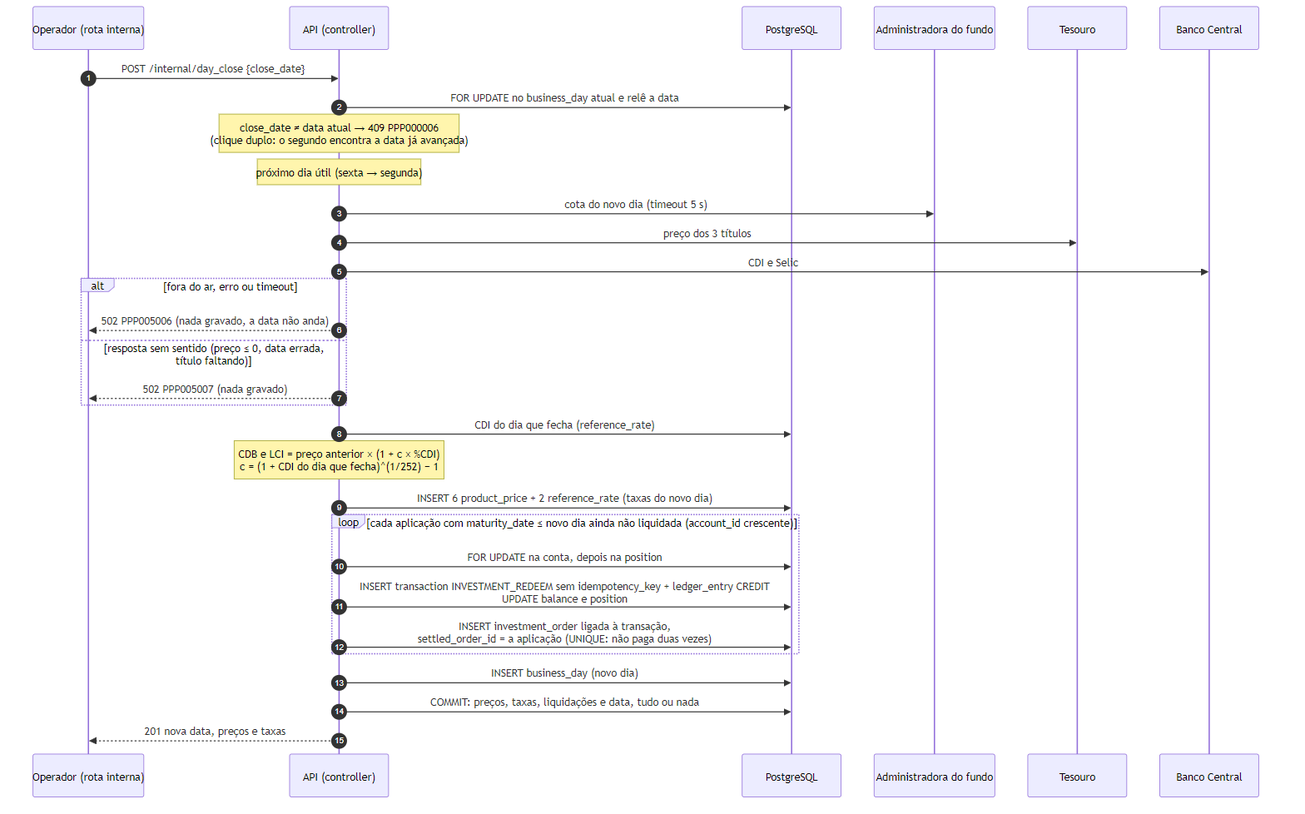
The Mermaid diagram docs/diagramas/fechamento-do-dia.png in heluylucas/bootcamp-qi-tech-presidas-, before a commit. Its source is kept beside it as docs/diagramas/fechamento-do-dia.mmd.
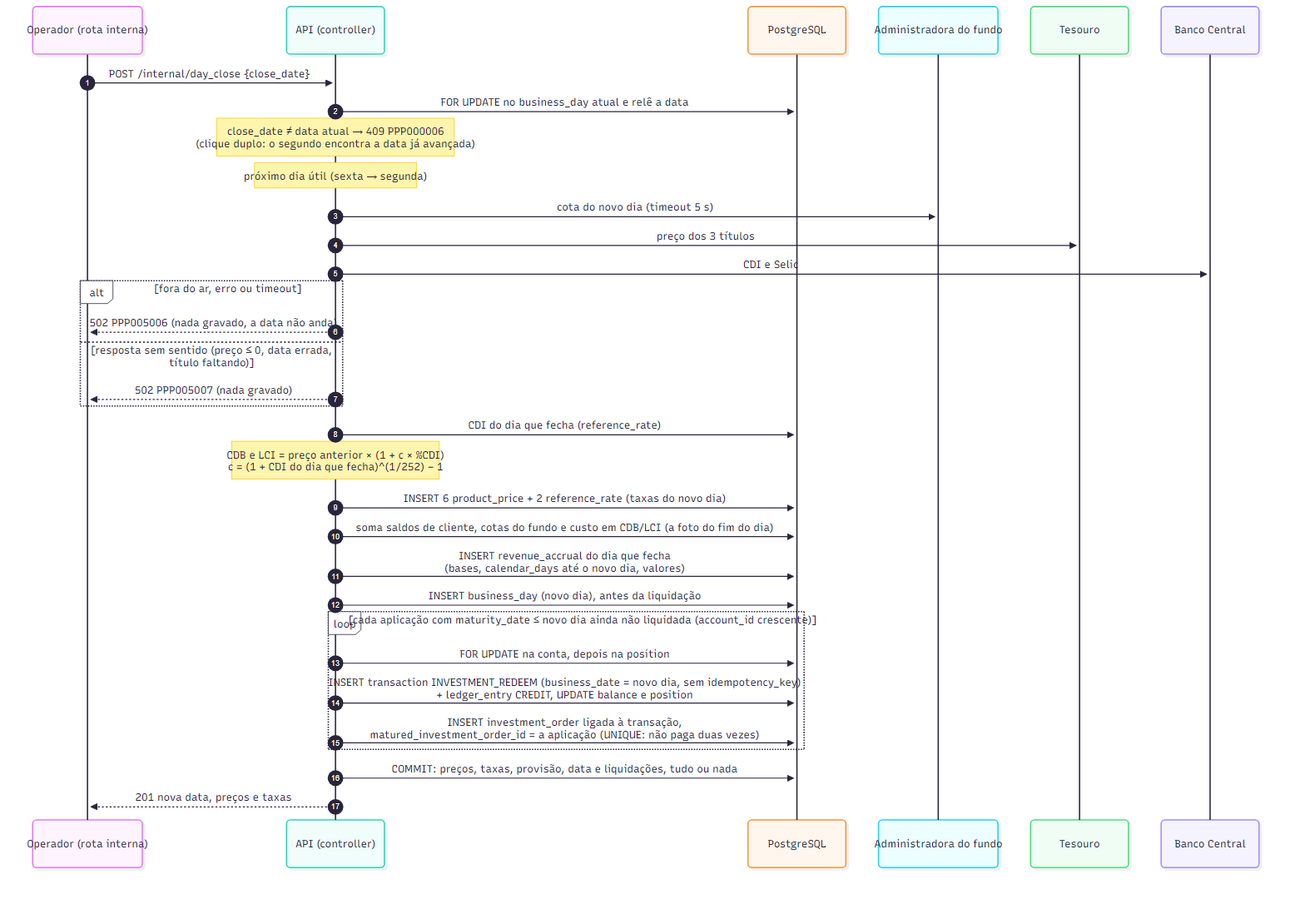
The same file after the commit.

Commit message:
:hammer: update: rfc-revenue-accrual-&-business-date

What changed in the source:
```diff
@@ -22,11 +22,13 @@
     API->>DB: CDI do dia que fecha (reference_rate)
     Note over API: CDB e LCI = preço anterior × (1 + c × %CDI)<br/>c = (1 + CDI do dia que fecha)^(1/252) − 1
     API->>DB: INSERT 6 product_price + 2 reference_rate (taxas do novo dia)
+    API->>DB: soma saldos de cliente, cotas do fundo e custo em CDB/LCI (a foto do fim do dia)
+    API->>DB: INSERT revenue_accrual do dia que fecha<br/>(bases, calendar_days até o novo dia, valores)
+    API->>DB: INSERT business_day (novo dia), antes da liquidação
     loop cada aplicação com maturity_date ≤ novo dia ainda não liquidada (account_id crescente)
         API->>DB: FOR UPDATE na conta, depois na position
-        API->>DB: INSERT transaction INVESTMENT_REDEEM sem idempotency_key + ledger_entry CREDIT<br/>UPDATE balance e position
-        API->>DB: INSERT investment_order ligada à transação,<br/>settled_order_id = a aplicação (UNIQUE: não paga duas vezes)
+        API->>DB: INSERT transaction INVESTMENT_REDEEM (business_date = novo dia, sem idempotency_key)<br/>+ ledger_entry CREDIT, UPDATE balance e position
+        API->>DB: INSERT investment_order ligada à transação,<br/>matured_investment_order_id = a aplicação (UNIQUE: não paga duas vezes)
     end
-    API->>DB: INSERT business_day (novo dia)
-    API->>DB: COMMIT: preços, taxas, liquidações e data, tudo ou nada
+    API->>DB: COMMIT: preços, taxas, provisão, data e liquidações, tudo ou nada
     API-->>O: 201 nova data, preços e taxas
```
